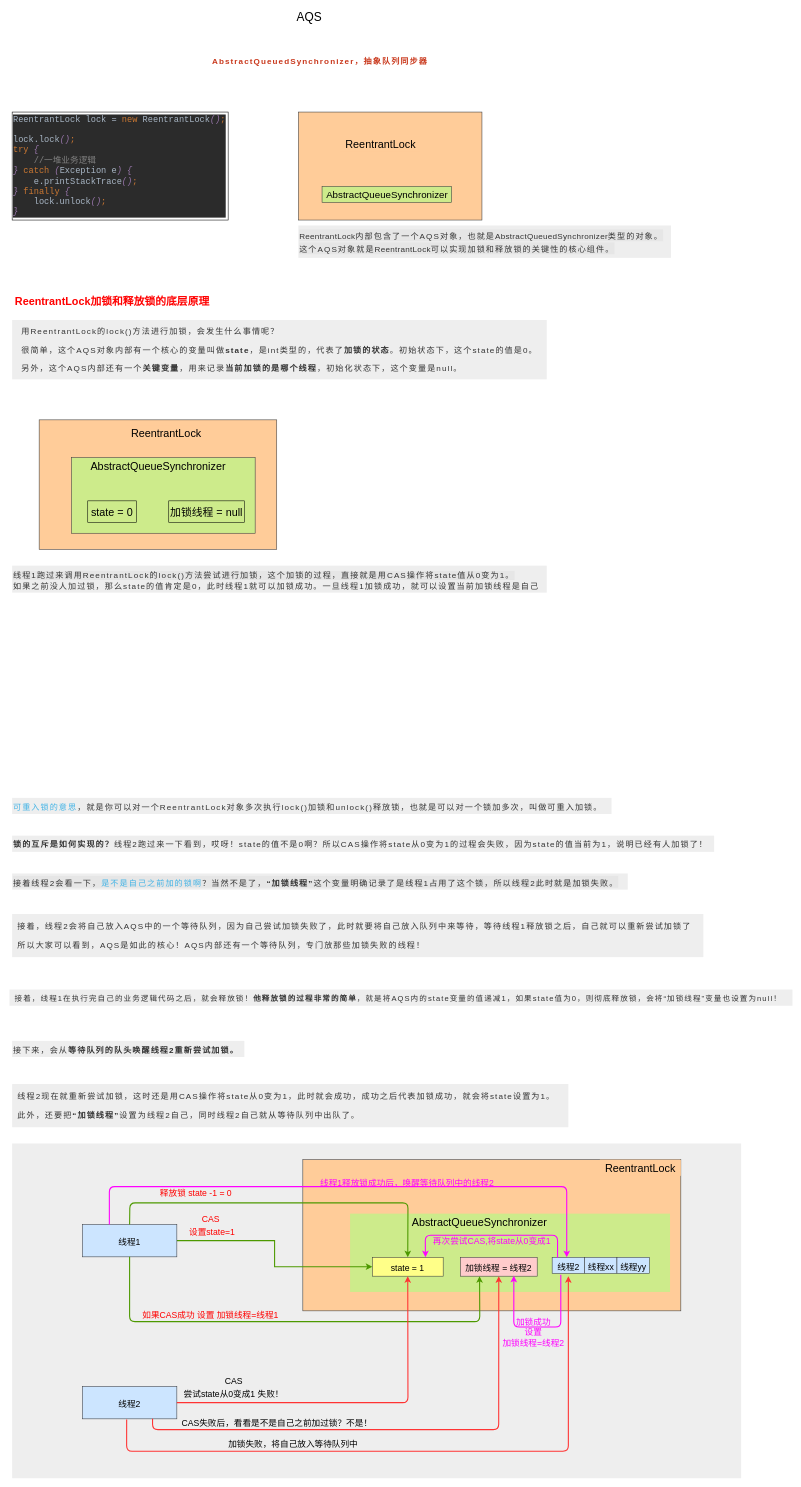
liudongdong0909/draw keeps this draw.io diagram as page "AQS" (7 of 7) of CI/CI/moeed.drawio. Above is the earlier version. Source tidied: cells renumbered, new cells numbered last; positions are measured from the earlier drawing's top-left corner, leaving out a move shared by most shapes. Both pictures are drawn from the tidied source at 54%, with x=0, y=0 at pixel (9, 9).
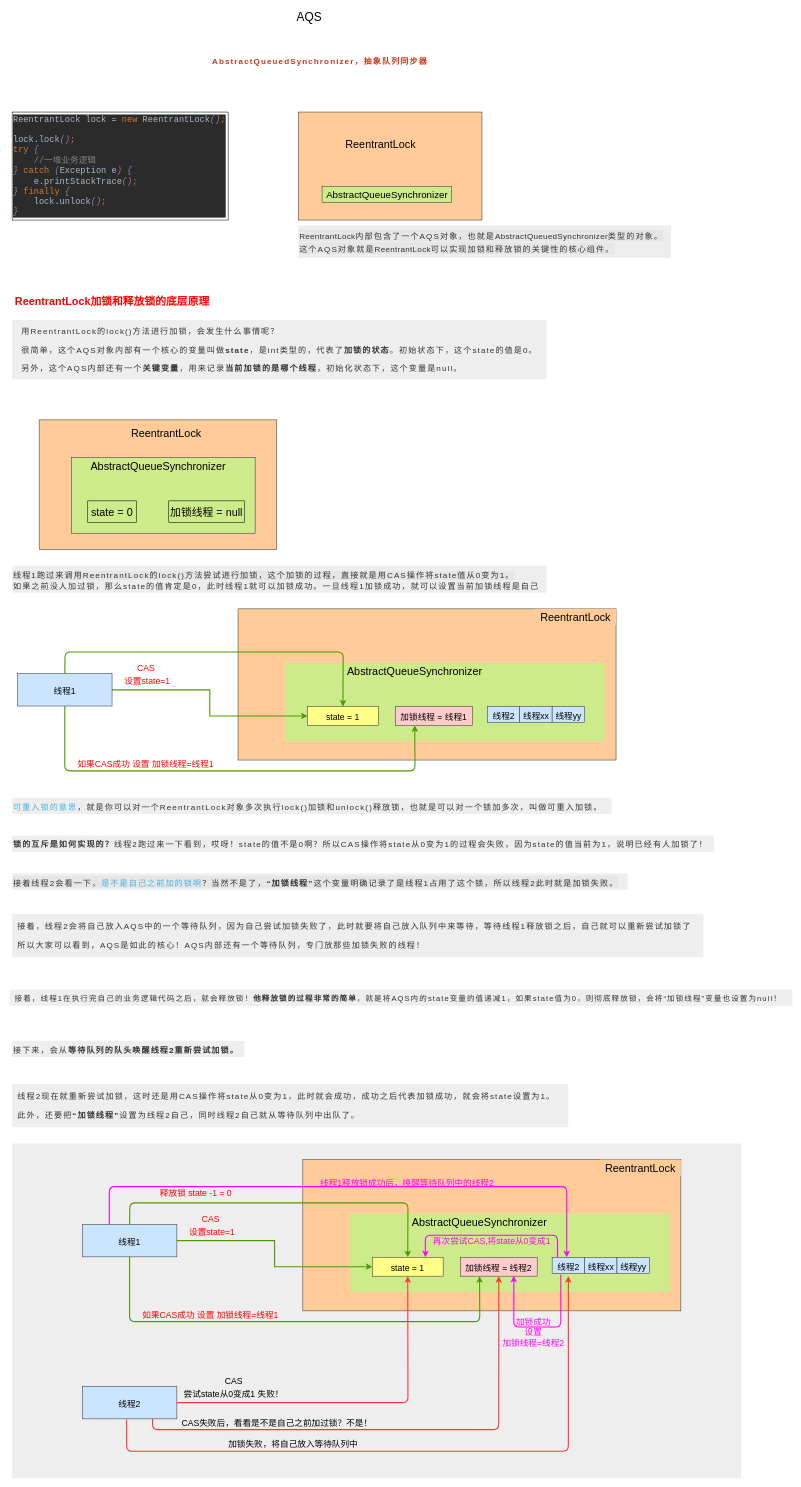
Above is the later version.

What changed in the source:
```diff
@@
+    <mxCell id="64" style="group;" parent="1" vertex="1">
+      <mxGeometry x="15" y="1140" width="1108.3" height="280" as="geometry" />
+    </mxCell>
+    <mxCell id="65" style="group;" parent="64" vertex="1">
+      <mxGeometry x="408.3" y="-30" width="700" height="280" as="geometry" />
+    </mxCell>
+    <mxCell id="66" style="group;" parent="65" vertex="1">
+      <mxGeometry width="700" height="280" as="geometry" />
+    </mxCell>
+    <mxCell id="67" style="whiteSpace=wrap;html=1;fillColor=#ffcc99;fontSize=16;align=center;strokeColor=#36393d;" parent="66" vertex="1">
+      <mxGeometry width="700" height="280" as="geometry" />
+    </mxCell>
+    <mxCell id="68" value="ReentrantLock" style="text;html=1;align=center;verticalAlign=middle;fontSize=20;fillColor=#ffcc99;" parent="66" vertex="1">
+      <mxGeometry x="550" width="150" height="30" as="geometry" />
+    </mxCell>
+    <mxCell id="69" style="whiteSpace=wrap;html=1;fillColor=#cdeb8b;fontSize=20;align=center;strokeColor=none;" parent="66" vertex="1">
+      <mxGeometry x="87.5" y="100" width="592.5" height="145" as="geometry" />
+    </mxCell>
+    <mxCell id="70" value="&lt;span&gt;&lt;font color=&quot;#000000&quot;&gt;AbstractQueueSynchronizer&lt;/font&gt;&lt;/span&gt;" style="text;html=1;align=center;verticalAlign=middle;fontSize=20;fontColor=#FF0000;" parent="66" vertex="1">
+      <mxGeometry x="191.7" y="100" width="270" height="30" as="geometry" />
+    </mxCell>
+    <mxCell id="71" value="&lt;font color=&quot;#000000&quot; style=&quot;font-size: 16px&quot;&gt;state = 1&lt;/font&gt;" style="whiteSpace=wrap;html=1;fillColor=#ffff88;fontSize=20;align=center;strokeColor=#36393d;" parent="66" vertex="1">
+      <mxGeometry x="128.7" y="180.8" width="131.2" height="35" as="geometry" />
+    </mxCell>
+    <mxCell id="72" value="&lt;font color=&quot;#000000&quot; style=&quot;font-size: 16px&quot;&gt;加锁线程 = 线程1&lt;/font&gt;" style="whiteSpace=wrap;html=1;fillColor=#ffcccc;fontSize=20;align=center;strokeColor=#36393d;" parent="66" vertex="1">
+      <mxGeometry x="291.7" y="180.8" width="142.3" height="35" as="geometry" />
+    </mxCell>
+    <mxCell id="73" style="group;" parent="66" vertex="1">
+      <mxGeometry x="461.7" y="180.8" width="180" height="35" as="geometry" />
+    </mxCell>
+    <mxCell id="74" value="&lt;span style=&quot;font-size: 16px&quot;&gt;线程2&lt;/span&gt;" style="text;html=1;align=center;verticalAlign=middle;fontSize=20;fillColor=#cce5ff;strokeColor=#36393d;" parent="73" vertex="1">
+      <mxGeometry width="60" height="30" as="geometry" />
+    </mxCell>
+    <mxCell id="75" value="&lt;span style=&quot;font-size: 16px&quot;&gt;线程xx&lt;/span&gt;" style="text;html=1;align=center;verticalAlign=middle;fontSize=20;fillColor=#cce5ff;strokeColor=#36393d;" parent="73" vertex="1">
+      <mxGeometry x="60" width="60" height="30" as="geometry" />
+    </mxCell>
+    <mxCell id="76" value="&lt;span style=&quot;font-size: 16px&quot;&gt;线程yy&lt;/span&gt;" style="text;html=1;align=center;verticalAlign=middle;fontSize=20;fillColor=#cce5ff;strokeColor=#36393d;" parent="73" vertex="1">
+      <mxGeometry x="120" width="60" height="30" as="geometry" />
+    </mxCell>
+    <mxCell id="77" style="edgeStyle=orthogonalEdgeStyle;rounded=0;jettySize=auto;html=1;startArrow=none;startFill=0;endArrow=classic;endFill=1;strokeColor=#4D9900;strokeWidth=2;fontSize=20;fontColor=#FF0000;entryX=0;entryY=0.5;entryDx=0;entryDy=0;" parent="64" edge="1" source="78" target="71">
+      <mxGeometry relative="1" as="geometry" />
+    </mxCell>
+    <mxCell id="78" value="&lt;font style=&quot;font-size: 16px&quot;&gt;线程1&lt;/font&gt;" style="whiteSpace=wrap;html=1;fillColor=#cce5ff;fontSize=20;align=center;strokeColor=#36393d;" parent="64" vertex="1">
+      <mxGeometry y="90" width="175" height="60" as="geometry" />
+    </mxCell>
+    <mxCell id="79" value="&lt;font style=&quot;font-size: 16px&quot;&gt;CAS&amp;nbsp;&lt;br&gt;设置state=1&lt;br&gt;&lt;/font&gt;" style="text;html=1;align=center;verticalAlign=middle;fontSize=20;fontColor=#FF0000;" parent="64" vertex="1">
+      <mxGeometry x="189.6" y="60" width="100" height="60" as="geometry" />
+    </mxCell>
+    <mxCell id="80" style="endArrow=classic;html=1;strokeColor=#4D9900;strokeWidth=2;fontSize=20;fontColor=#FF0000;exitX=0.5;exitY=1;exitDx=0;exitDy=0;entryX=0.25;entryY=1;entryDx=0;entryDy=0;" parent="64" edge="1" source="78" target="72">
+      <mxGeometry relative="1" as="geometry">
+        <Array as="points">
+          <mxPoint x="87.5" y="270" />
+          <mxPoint x="736" y="270" />
+        </Array>
+      </mxGeometry>
+    </mxCell>
+    <mxCell id="81" value="&lt;font style=&quot;font-size: 16px&quot;&gt;如果CAS成功 设置 加锁线程=线程1&lt;/font&gt;" style="text;html=1;align=center;verticalAlign=middle;fontSize=20;fontColor=#FF0000;" parent="64" vertex="1">
+      <mxGeometry x="102.1" y="240" width="270" height="30" as="geometry" />
+    </mxCell>
+    <mxCell id="82" style="endArrow=classic;html=1;strokeColor=#4D9900;strokeWidth=2;fontSize=20;fontColor=#FF0000;exitX=0.5;exitY=0;exitDx=0;exitDy=0;entryX=0.5;entryY=0;entryDx=0;entryDy=0;" parent="64" edge="1" source="78" target="71">
+      <mxGeometry relative="1" as="geometry">
+        <Array as="points">
+          <mxPoint x="88" y="50" />
+          <mxPoint x="603" y="50" />
+        </Array>
+      </mxGeometry>
+    </mxCell>
```
